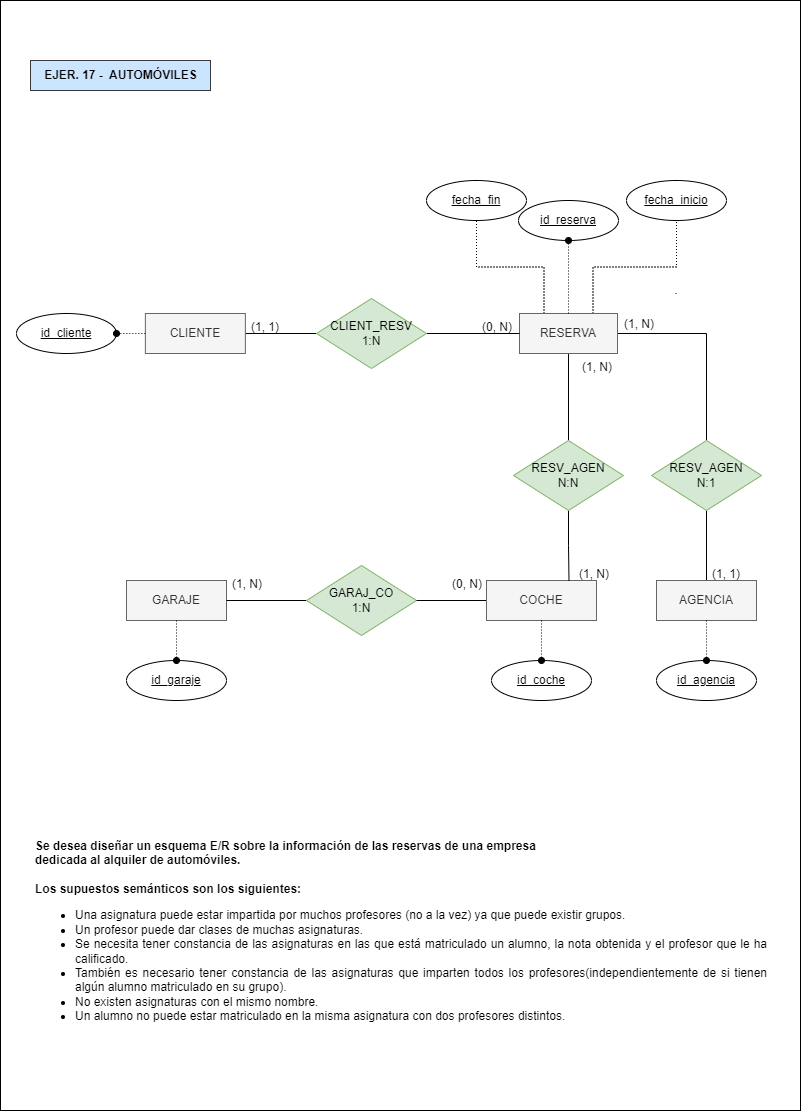
Before: Ejer17_Automoviles.png, a diagram exported from draw.io (mdrp93/BASE-DE-DATOS). Source tidied: cells renumbered, new cells last; positions are measured from the earlier drawing's top-left corner, leaving out a move shared by most shapes.
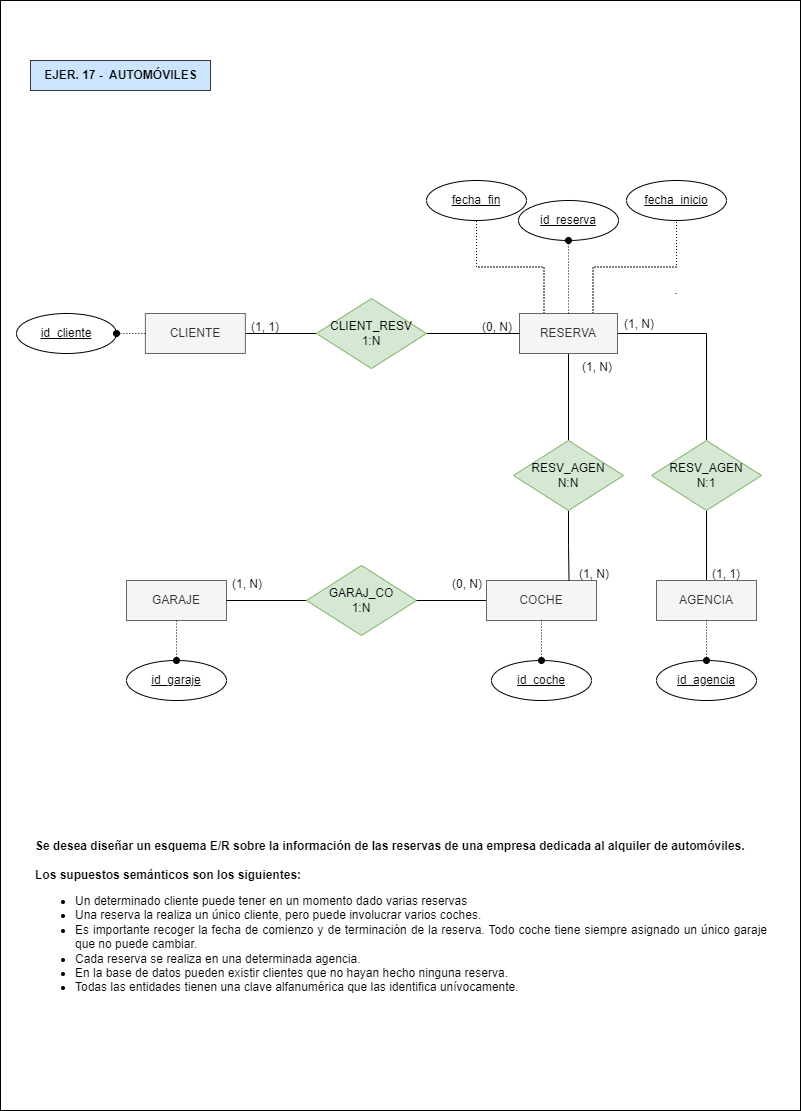
Above is the later version.

Diff of the diagram source:
```diff
@@ -110,7 +110,7 @@
     <mxCell id="31" value="EJER. 17 -&amp;nbsp; AUTOMÓVILES" style="text;html=1;align=center;verticalAlign=middle;strokeColor=#36393d;fillColor=#cce5ff;fontStyle=1;fontSize=12;" parent="1" vertex="1">
       <mxGeometry x="30" y="60" width="180" height="30" as="geometry" />
     </mxCell>
-    <mxCell id="32" value="&lt;div style=&quot;&quot;&gt;&lt;div style=&quot;text-align: justify;&quot;&gt;&lt;b&gt;&lt;br&gt;&lt;/b&gt;&lt;/div&gt;&lt;div style=&quot;text-align: justify;&quot;&gt;&lt;b&gt;&lt;br&gt;&lt;/b&gt;&lt;/div&gt;&lt;div style=&quot;text-align: justify;&quot;&gt;&lt;b&gt;Se desea diseñar un esquema E/R sobre la información de las reservas de una empresa&lt;br&gt;dedicada al alquiler de automóviles.&lt;/b&gt;&lt;/div&gt;&lt;div style=&quot;text-align: justify;&quot;&gt;&lt;b&gt;&lt;br&gt;&lt;/b&gt;&lt;/div&gt;&lt;div style=&quot;text-align: justify;&quot;&gt;&lt;b&gt;Los supuestos semánticos son los siguientes:&lt;/b&gt;&lt;br&gt;&lt;/div&gt;&lt;/div&gt;&lt;div style=&quot;&quot;&gt;&lt;ul&gt;&lt;li&gt;&lt;div style=&quot;text-align: justify;&quot;&gt;&lt;span style=&quot;background-color: initial;&quot;&gt;Una asignatura puede estar impartida por muchos profesores (no a la vez) ya que&amp;nbsp;&lt;/span&gt;&lt;span style=&quot;background-color: initial;&quot;&gt;puede existir grupos.&amp;nbsp;&lt;/span&gt;&lt;/div&gt;&lt;/li&gt;&lt;li style=&quot;text-align: justify;&quot;&gt;Un profesor puede dar clases de muchas asignaturas.&amp;nbsp;&lt;/li&gt;&lt;li&gt;&lt;div style=&quot;text-align: justify;&quot;&gt;&lt;span style=&quot;background-color: initial;&quot;&gt;Se necesita tener constancia de las asignaturas en las que está matriculado un&amp;nbsp;&lt;/span&gt;&lt;span style=&quot;background-color: initial;&quot;&gt;alumno, la nota obtenida y el profesor que le ha calificado.&amp;nbsp;&lt;/span&gt;&lt;/div&gt;&lt;/li&gt;&lt;li&gt;&lt;div style=&quot;text-align: justify;&quot;&gt;&lt;span style=&quot;background-color: initial;&quot;&gt;También es necesario tener constancia de las asignaturas que imparten todos los&amp;nbsp;&lt;/span&gt;&lt;span style=&quot;background-color: initial;&quot;&gt;profesores(independientemente de si tienen algún alumno matriculado en su&amp;nbsp;&lt;/span&gt;&lt;span style=&quot;background-color: initial;&quot;&gt;grupo).&amp;nbsp;&lt;/span&gt;&lt;/div&gt;&lt;/li&gt;&lt;li style=&quot;text-align: justify;&quot;&gt;No existen asignaturas con el mismo nombre.&lt;/li&gt;&lt;li&gt;&lt;div style=&quot;text-align: justify;&quot;&gt;&lt;span style=&quot;background-color: initial;&quot;&gt;Un alumno no puede estar matriculado en la misma asignatura con dos profesores&amp;nbsp;&lt;/span&gt;&lt;span style=&quot;background-color: initial;&quot;&gt;distintos.&amp;nbsp;&lt;/span&gt;&lt;/div&gt;&lt;/li&gt;&lt;/ul&gt;&lt;/div&gt;" style="text;html=1;strokeColor=none;fillColor=none;spacing=5;spacingTop=-20;whiteSpace=wrap;overflow=hidden;rounded=0;align=left;" parent="1" vertex="1">
+    <mxCell id="32" value="&lt;div style=&quot;&quot;&gt;&lt;div style=&quot;text-align: justify;&quot;&gt;&lt;b&gt;&lt;br&gt;&lt;/b&gt;&lt;/div&gt;&lt;div style=&quot;text-align: justify;&quot;&gt;&lt;b&gt;&lt;br&gt;&lt;/b&gt;&lt;/div&gt;&lt;div style=&quot;text-align: justify;&quot;&gt;&lt;b&gt;Se desea diseñar un esquema E/R sobre la información de las reservas de una empresa dedicada al alquiler de automóviles.&lt;/b&gt;&lt;/div&gt;&lt;div style=&quot;text-align: justify;&quot;&gt;&lt;b&gt;&lt;br&gt;&lt;/b&gt;&lt;/div&gt;&lt;div style=&quot;text-align: justify;&quot;&gt;&lt;b&gt;Los supuestos semánticos son los siguientes:&lt;/b&gt;&lt;br&gt;&lt;/div&gt;&lt;/div&gt;&lt;div style=&quot;&quot;&gt;&lt;ul&gt;&lt;li&gt;&lt;div style=&quot;text-align: justify;&quot;&gt;Un determinado cliente puede tener en un momento dado varias reservas&amp;nbsp;&lt;/div&gt;&lt;/li&gt;&lt;li&gt;&lt;div style=&quot;text-align: justify;&quot;&gt;Una reserva la realiza un único cliente, pero puede involucrar varios coches.&amp;nbsp;&lt;/div&gt;&lt;/li&gt;&lt;li&gt;&lt;div style=&quot;text-align: justify;&quot;&gt;Es importante recoger la fecha de comienzo y de terminación de la reserva. Todo coche tiene siempre asignado un único garaje que no puede cambiar.&amp;nbsp;&lt;/div&gt;&lt;/li&gt;&lt;li&gt;&lt;div style=&quot;text-align: justify;&quot;&gt;Cada reserva se realiza en una determinada agencia.&amp;nbsp;&lt;/div&gt;&lt;/li&gt;&lt;li&gt;&lt;div style=&quot;text-align: justify;&quot;&gt;En la base de datos pueden existir clientes que no hayan hecho ninguna reserva.&amp;nbsp;&lt;/div&gt;&lt;/li&gt;&lt;li&gt;&lt;div style=&quot;text-align: justify;&quot;&gt;Todas las entidades tienen una clave alfanumérica que las identifica unívocamente.&lt;br&gt;&lt;/div&gt;&lt;/li&gt;&lt;/ul&gt;&lt;/div&gt;" style="text;html=1;strokeColor=none;fillColor=none;spacing=5;spacingTop=-20;whiteSpace=wrap;overflow=hidden;rounded=0;align=left;" parent="1" vertex="1">
       <mxGeometry x="30" y="820" width="740" height="230.9" as="geometry" />
     </mxCell>
     <mxCell id="33" value="(1, N)" style="text;strokeColor=none;fillColor=none;spacingLeft=4;spacingRight=4;overflow=hidden;fontSize=12;whiteSpace=wrap;html=1;" parent="1" vertex="1">
```
